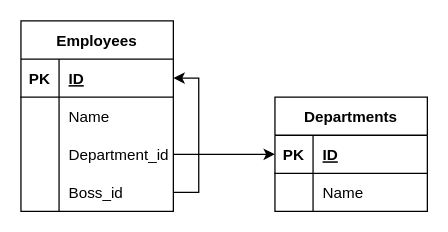
This is Диаграмма без названия.drawio from Roodootoo/NetologyGit, a draw.io file, before an edit. Source tidied: cells renumbered, new cells numbered last; positions are measured from the earlier drawing's top-left corner, leaving out a move shared by most shapes. Both pictures are drawn from the tidied source at 127%, with x=0, y=0 at pixel (20, 20).
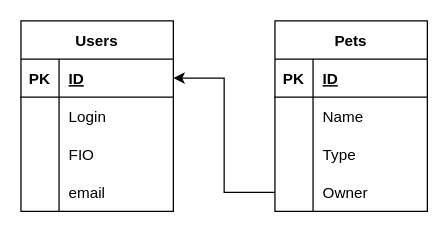
Above is the later version.

The change refers to these unchanged cells:
```xml
<mxCell id="3" style="shape=tableRow;horizontal=0;startSize=0;swimlaneHead=0;swimlaneBody=0;fillColor=none;points=[[0,0.5],[1,0.5]];portConstraint=eastwest;top=0;left=0;right=0;bottom=1;" parent="2" vertex="1">
  <mxGeometry y="30" width="120" height="30" as="geometry" />
</mxCell>
<mxCell id="6" style="shape=tableRow;horizontal=0;startSize=0;swimlaneHead=0;swimlaneBody=0;fillColor=none;top=0;left=0;right=0;bottom=0;" parent="2" vertex="1">
  <mxGeometry y="60" width="120" height="30" as="geometry" />
</mxCell>
<mxCell id="9" style="shape=tableRow;horizontal=0;startSize=0;swimlaneHead=0;swimlaneBody=0;fillColor=none;points=[[0,0.5],[1,0.5]];portConstraint=eastwest;top=0;left=0;right=0;bottom=0;" parent="2" vertex="1">
  <mxGeometry y="90" width="120" height="30" as="geometry" />
</mxCell>
<mxCell id="13" style="shape=tableRow;horizontal=0;startSize=0;swimlaneHead=0;swimlaneBody=0;fillColor=none;points=[[0,0.5],[1,0.5]];portConstraint=eastwest;top=0;left=0;right=0;bottom=0;" parent="2" vertex="1">
  <mxGeometry y="120" width="120" height="30" as="geometry" />
</mxCell>
```

Change to the diagram source:
```diff
@@
-    <mxCell id="2" value="Employees" style="shape=table;startSize=30;childLayout=tableLayout;rowLines=0;fontStyle=1;align=center;" parent="1" vertex="1">
+    <mxCell id="2" value="Users" style="shape=table;startSize=30;childLayout=tableLayout;rowLines=0;fontStyle=1;align=center;" parent="1" vertex="1">
       <mxGeometry width="120" height="150" as="geometry" />
     </mxCell>
@@
-    <mxCell id="8" value="Name" style="shape=partialRectangle;fillColor=none;top=0;left=0;bottom=0;right=0;align=left;spacingLeft=6;overflow=hidden;" parent="6" vertex="1">
+    <mxCell id="8" value="Login" style="shape=partialRectangle;fillColor=none;top=0;left=0;bottom=0;right=0;align=left;spacingLeft=6;overflow=hidden;" parent="6" vertex="1">
       <mxGeometry x="30" width="90" height="30" as="geometry" />
     </mxCell>
@@
-    <mxCell id="11" value="Department_id" style="shape=partialRectangle;fillColor=none;top=0;left=0;bottom=0;right=0;align=left;spacingLeft=6;overflow=hidden;" parent="9" vertex="1">
+    <mxCell id="11" value="FIO" style="shape=partialRectangle;fillColor=none;top=0;left=0;bottom=0;right=0;align=left;spacingLeft=6;overflow=hidden;" parent="9" vertex="1">
       <mxGeometry x="30" width="90" height="30" as="geometry" />
     </mxCell>
-    <mxCell id="12" style="edgeStyle=orthogonalEdgeStyle;rounded=0;jettySize=auto;html=1;exitX=1;exitY=0.5;exitDx=0;exitDy=0;entryX=1;entryY=0.5;entryDx=0;entryDy=0;" parent="2" edge="1" source="13" target="3">
-      <mxGeometry relative="1" as="geometry" />
-    </mxCell>
@@
-    <mxCell id="15" value="Boss_id" style="shape=partialRectangle;fillColor=none;top=0;left=0;bottom=0;right=0;align=left;spacingLeft=6;overflow=hidden;" parent="13" vertex="1">
+    <mxCell id="15" value="email" style="shape=partialRectangle;fillColor=none;top=0;left=0;bottom=0;right=0;align=left;spacingLeft=6;overflow=hidden;" parent="13" vertex="1">
       <mxGeometry x="30" width="90" height="30" as="geometry" />
     </mxCell>
-    <mxCell id="16" value="Departments" style="shape=table;startSize=30;childLayout=tableLayout;rowLines=0;fontStyle=1;align=center;" parent="1" vertex="1">
-      <mxGeometry x="200" y="60" width="120" height="90" as="geometry" />
-    </mxCell>
+    <mxCell id="24" style="shape=partialRectangle;fillColor=none;top=0;left=0;bottom=0;right=0;overflow=hidden;" parent="1" vertex="1">
+      <mxGeometry x="200" y="90" width="30" height="30" as="geometry" />
+    </mxCell>
+    <mxCell id="25" value="Pets" style="shape=table;startSize=30;childLayout=tableLayout;rowLines=0;fontStyle=1;align=center;" parent="1" vertex="1">
+      <mxGeometry x="200" width="120" height="150" as="geometry" />
+    </mxCell>
-    <mxCell id="17" style="shape=tableRow;horizontal=0;startSize=0;swimlaneHead=0;swimlaneBody=0;fillColor=none;points=[[0,0.5],[1,0.5]];portConstraint=eastwest;top=0;left=0;right=0;bottom=1;" parent="16" vertex="1">
+    <mxCell id="17" style="shape=tableRow;horizontal=0;startSize=0;swimlaneHead=0;swimlaneBody=0;fillColor=none;points=[[0,0.5],[1,0.5]];portConstraint=eastwest;top=0;left=0;right=0;bottom=1;" parent="25" vertex="1">
       <mxGeometry y="30" width="120" height="30" as="geometry" />
     </mxCell>
@@
-    <mxCell id="20" style="shape=tableRow;horizontal=0;startSize=0;swimlaneHead=0;swimlaneBody=0;fillColor=none;top=0;left=0;right=0;bottom=0;" parent="16" vertex="1">
+    <mxCell id="20" style="shape=tableRow;horizontal=0;startSize=0;swimlaneHead=0;swimlaneBody=0;fillColor=none;top=0;left=0;right=0;bottom=0;" parent="25" vertex="1">
       <mxGeometry y="60" width="120" height="30" as="geometry" />
     </mxCell>
-    <mxCell id="21" style="shape=partialRectangle;fillColor=none;top=0;left=0;bottom=0;right=0;overflow=hidden;" parent="20" vertex="1">
-      <mxGeometry width="30" height="30" as="geometry" />
-    </mxCell>
+    <mxCell id="26" style="shape=partialRectangle;fillColor=none;top=0;left=0;bottom=0;right=0;overflow=hidden;" parent="20" vertex="1">
+      <mxGeometry width="30" height="30" as="geometry" />
+    </mxCell>
@@
-    <mxCell id="23" style="edgeStyle=orthogonalEdgeStyle;rounded=0;jettySize=auto;html=1;exitX=1;exitY=0.5;exitDx=0;exitDy=0;entryX=0;entryY=0.5;entryDx=0;entryDy=0;" parent="1" edge="1" source="9" target="17">
-      <mxGeometry relative="1" as="geometry" />
-    </mxCell>
+    <mxCell id="27" style="shape=tableRow;horizontal=0;startSize=0;swimlaneHead=0;swimlaneBody=0;fillColor=none;top=0;left=0;right=0;bottom=0;" parent="25" vertex="1">
+      <mxGeometry y="90" width="120" height="30" as="geometry" />
+    </mxCell>
+    <mxCell id="28" style="shape=partialRectangle;fillColor=none;top=0;left=0;bottom=0;right=0;overflow=hidden;" parent="27" vertex="1">
+      <mxGeometry width="30" height="30" as="geometry" />
+    </mxCell>
+    <mxCell id="29" value="Type" style="shape=partialRectangle;fillColor=none;top=0;left=0;bottom=0;right=0;align=left;spacingLeft=6;overflow=hidden;" parent="27" vertex="1">
+      <mxGeometry x="30" width="90" height="30" as="geometry" />
+    </mxCell>
+    <mxCell id="30" style="shape=tableRow;horizontal=0;startSize=0;swimlaneHead=0;swimlaneBody=0;fillColor=none;points=[[0,0.5],[1,0.5]];portConstraint=eastwest;top=0;left=0;right=0;bottom=0;" parent="25" vertex="1">
+      <mxGeometry y="120" width="120" height="30" as="geometry" />
+    </mxCell>
+    <mxCell id="31" style="shape=partialRectangle;fillColor=none;top=0;left=0;bottom=0;right=0;overflow=hidden;" parent="30" vertex="1">
+      <mxGeometry width="30" height="30" as="geometry" />
+    </mxCell>
+    <mxCell id="32" value="Owner" style="shape=partialRectangle;fillColor=none;top=0;left=0;bottom=0;right=0;align=left;spacingLeft=6;overflow=hidden;" parent="30" vertex="1">
+      <mxGeometry x="30" width="90" height="30" as="geometry" />
+    </mxCell>
+    <mxCell id="33" style="endArrow=classic;html=1;rounded=0;exitX=0;exitY=0.5;exitDx=0;exitDy=0;entryX=1;entryY=0.5;entryDx=0;entryDy=0;" parent="1" edge="1" source="30" target="3">
+      <mxGeometry relative="1" as="geometry">
+        <Array as="points">
+          <mxPoint x="160" y="135" />
+          <mxPoint x="160" y="45" />
+        </Array>
+      </mxGeometry>
+    </mxCell>
```
